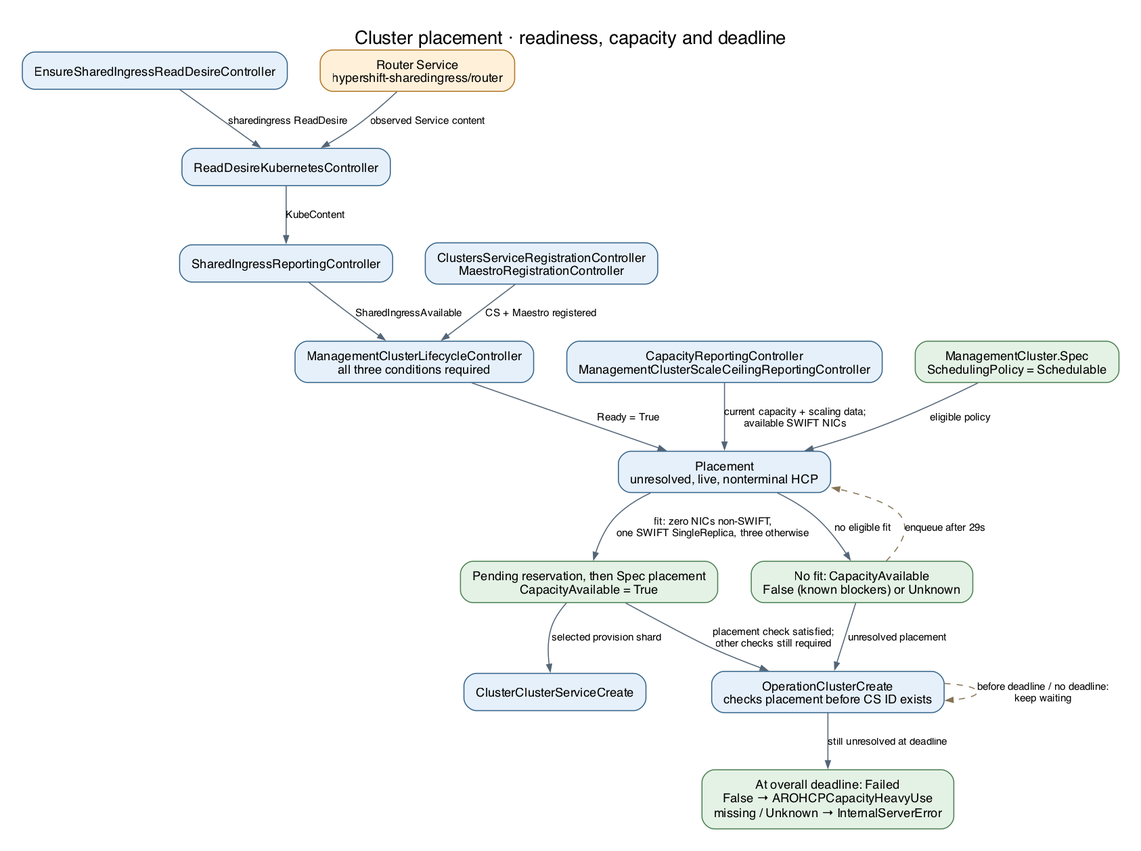
The Graphviz diagram docs/generated/diagrams/controller-flows/fleet-placement.png in Azure/ARO-HCP, before a commit. Its source is kept beside it as docs/generated/diagrams/controller-flows/fleet-placement.dot.
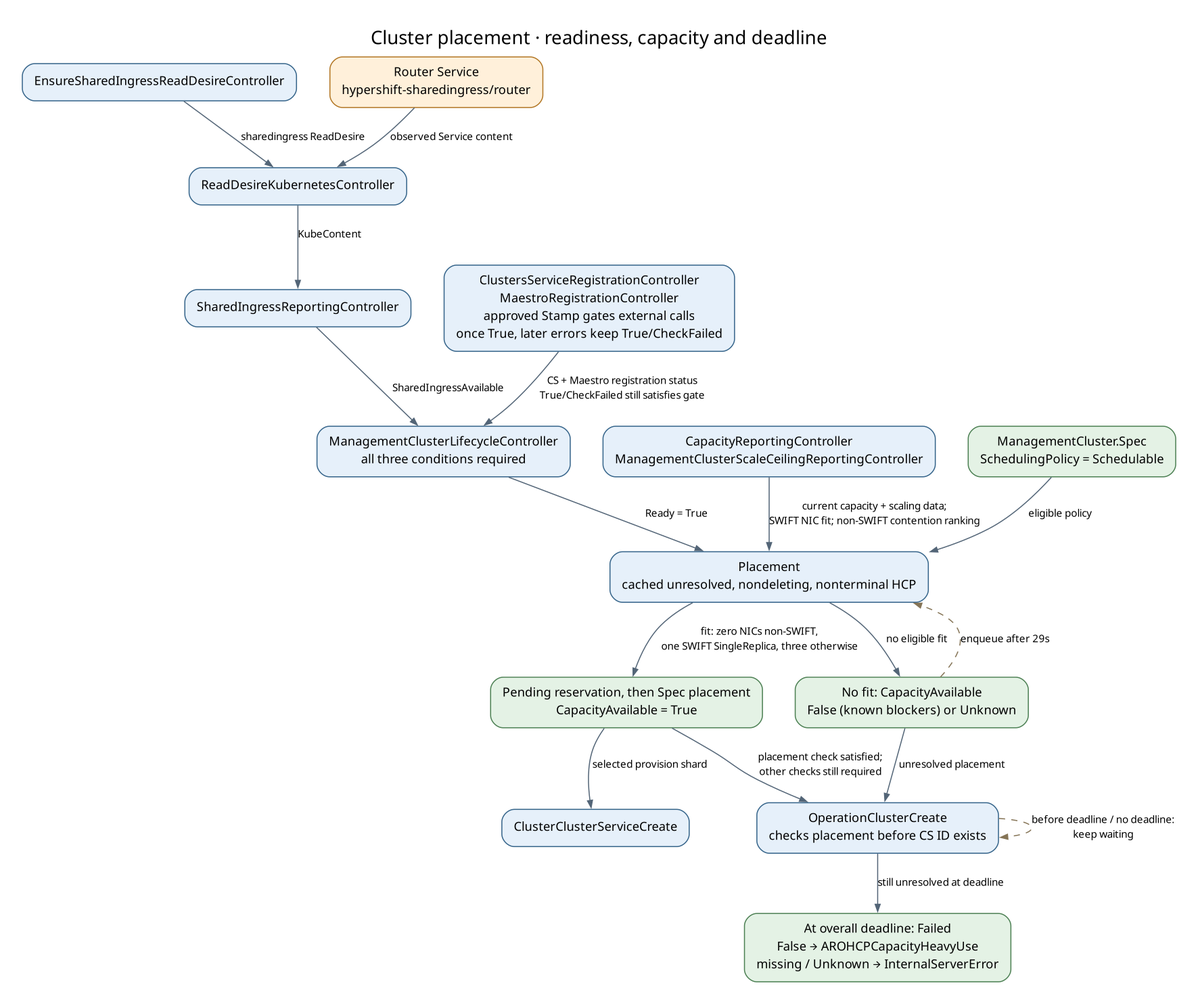
The same file after the commit.

Change to the diagram source:
```diff
@@ -7,11 +7,11 @@
   service [label="Router Service\nhypershift-sharedingress/router", fillcolor="#fff0da", color="#b27624"];
   mirror [label="ReadDesireKubernetesController"];
   ingress [label="SharedIngressReportingController"];
-  registrations [label="ClustersServiceRegistrationController\nMaestroRegistrationController"];
+  registrations [label="ClustersServiceRegistrationController\nMaestroRegistrationController\napproved Stamp gates external calls\nonce True, later errors keep True/CheckFailed"];
   lifecycle [label="ManagementClusterLifecycleController\nall three conditions required"];
   capacity [label="CapacityReportingController\nManagementClusterScaleCeilingReportingController"];
   policy [label="ManagementCluster.Spec\nSchedulingPolicy = Schedulable", fillcolor="#e4f2e5", color="#4c8053"];
-  placement [label="Placement\nunresolved, live, nonterminal HCP"];
+  placement [label="Placement\ncached unresolved, nondeleting, nonterminal HCP"];
   selected [label="Pending reservation, then Spec placement\nCapacityAvailable = True", fillcolor="#e4f2e5", color="#4c8053"];
   deferred [label="No fit: CapacityAvailable\nFalse (known blockers) or Unknown", fillcolor="#e4f2e5", color="#4c8053"];
   create [label="ClusterClusterServiceCreate"];
@@ -21,9 +21,9 @@
   service -> mirror [label="observed Service content"];
   mirror -> ingress [label="KubeContent"];
   ingress -> lifecycle [label="SharedIngressAvailable"];
-  registrations -> lifecycle [label="CS + Maestro registered"];
+  registrations -> lifecycle [label="CS + Maestro registration status\nTrue/CheckFailed still satisfies gate"];
   lifecycle -> placement [label="Ready = True"];
-  capacity -> placement [label="current capacity + scaling data;\navailable SWIFT NICs"];
+  capacity -> placement [label="current capacity + scaling data;\nSWIFT NIC fit; non-SWIFT contention ranking"];
   policy -> placement [label="eligible policy"];
   placement -> selected [label="fit: zero NICs non-SWIFT,\none SWIFT SingleReplica, three otherwise"];
   placement -> deferred [label="no eligible fit"];
```
